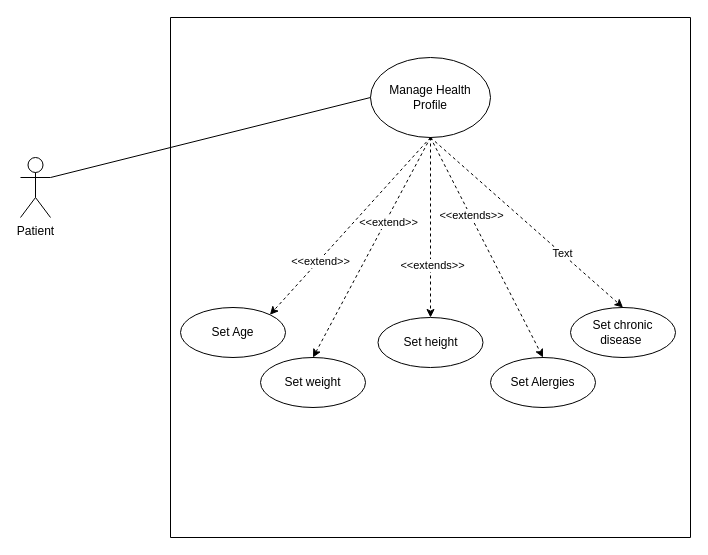
The draw.io diagram Manage Health.drawio in H0ud1nii/GFHMS, before the edit. Source tidied: cells renumbered, new cells numbered last; positions are measured from the earlier drawing's top-left corner, leaving out a move shared by most shapes. Both pictures are drawn from the tidied source at 100%, with x=0, y=0 at pixel (20, 17).
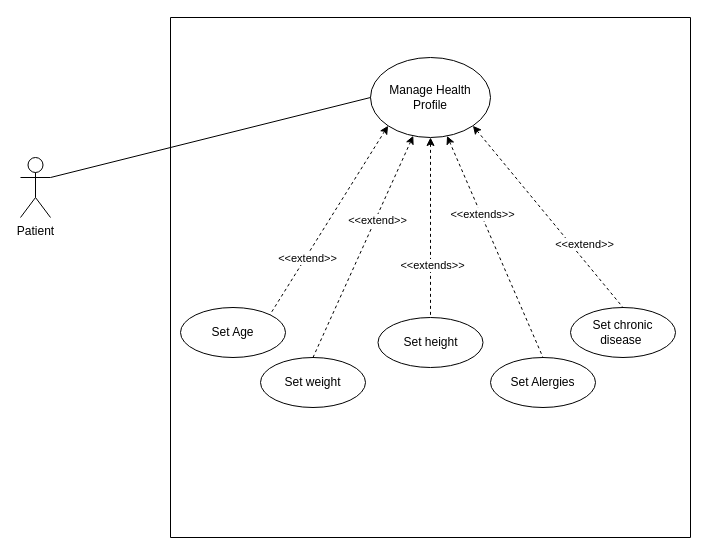
Above is the later version.

The change refers to these unchanged cells:
```xml
<mxCell id="2" style="swimlane;startSize=0;" parent="1" vertex="1">
  <mxGeometry x="150" width="520" height="520" as="geometry" />
</mxCell>
<mxCell id="3" value="Set Alergies" style="ellipse;whiteSpace=wrap;html=1;" parent="2" vertex="1">
  <mxGeometry x="320" y="340" width="105" height="50" as="geometry" />
</mxCell>
<mxCell id="4" value="Set weight" style="ellipse;whiteSpace=wrap;html=1;" parent="2" vertex="1">
  <mxGeometry x="90" y="340" width="105" height="50" as="geometry" />
</mxCell>
<mxCell id="5" value="Set Age" style="ellipse;whiteSpace=wrap;html=1;" parent="2" vertex="1">
  <mxGeometry x="10" y="290" width="105" height="50" as="geometry" />
</mxCell>
<mxCell id="6" value="Set height" style="ellipse;whiteSpace=wrap;html=1;" parent="2" vertex="1">
  <mxGeometry x="207.5" y="300" width="105" height="50" as="geometry" />
</mxCell>
<mxCell id="7" value="&lt;div&gt;Set chronic&lt;/div&gt;&lt;div&gt;disease&amp;nbsp; &lt;br&gt;&lt;/div&gt;" style="ellipse;whiteSpace=wrap;html=1;" parent="2" vertex="1">
  <mxGeometry x="400" y="290" width="105" height="50" as="geometry" />
</mxCell>
<mxCell id="8" value="&lt;div&gt;Manage Health&lt;/div&gt;&lt;div&gt;Profile&lt;br&gt;&lt;/div&gt;" style="ellipse;whiteSpace=wrap;html=1;" parent="2" vertex="1">
  <mxGeometry x="200" y="40" width="120" height="80" as="geometry" />
</mxCell>
```

Change to the diagram source:
```diff
@@
-    <mxCell id="9" style="endArrow=classic;html=1;rounded=0;exitX=0.5;exitY=1;exitDx=0;exitDy=0;entryX=1;entryY=0;entryDx=0;entryDy=0;dashed=1;" parent="2" edge="1" source="8" target="5">
+    <mxCell id="9" style="endArrow=none;html=1;rounded=0;exitX=0;exitY=1;exitDx=0;exitDy=0;entryX=1;entryY=0;entryDx=0;entryDy=0;dashed=1;verticalAlign=bottom;startArrow=classic;startFill=1;endFill=0;" parent="2" edge="1" source="8" target="5">
       <mxGeometry relative="1" as="geometry" />
     </mxCell>
@@
-    <mxCell id="11" style="endArrow=classic;html=1;rounded=0;dashed=1;exitX=0.5;exitY=1;exitDx=0;exitDy=0;entryX=0.5;entryY=0;entryDx=0;entryDy=0;" parent="2" edge="1" source="8" target="4">
+    <mxCell id="11" style="endArrow=none;html=1;rounded=0;dashed=1;entryX=0.5;entryY=0;entryDx=0;entryDy=0;verticalAlign=bottom;startArrow=classic;startFill=1;endFill=0;" parent="2" edge="1" source="8" target="4">
       <mxGeometry relative="1" as="geometry" />
     </mxCell>
@@
-    <mxCell id="13" style="endArrow=classic;html=1;rounded=0;dashed=1;exitX=0.5;exitY=1;exitDx=0;exitDy=0;entryX=0.5;entryY=0;entryDx=0;entryDy=0;" parent="2" edge="1" source="8" target="6">
+    <mxCell id="13" style="endArrow=none;html=1;rounded=0;dashed=1;exitX=0.5;exitY=1;exitDx=0;exitDy=0;entryX=0.5;entryY=0;entryDx=0;entryDy=0;verticalAlign=bottom;startArrow=classic;startFill=1;endFill=0;" parent="2" edge="1" source="8" target="6">
       <mxGeometry relative="1" as="geometry" />
     </mxCell>
@@
-    <mxCell id="15" style="endArrow=classic;html=1;rounded=0;dashed=1;exitX=0.5;exitY=1;exitDx=0;exitDy=0;entryX=0.5;entryY=0;entryDx=0;entryDy=0;" parent="2" edge="1" source="8" target="3">
+    <mxCell id="15" style="endArrow=none;html=1;rounded=0;dashed=1;entryX=0.5;entryY=0;entryDx=0;entryDy=0;verticalAlign=bottom;startArrow=classic;startFill=1;endFill=0;" parent="2" edge="1" source="8" target="3">
       <mxGeometry relative="1" as="geometry" />
     </mxCell>
@@
-    <mxCell id="17" style="endArrow=classic;html=1;rounded=0;dashed=1;exitX=0.5;exitY=1;exitDx=0;exitDy=0;entryX=0.5;entryY=0;entryDx=0;entryDy=0;" parent="2" edge="1" source="8" target="7">
+    <mxCell id="17" style="endArrow=none;html=1;rounded=0;dashed=1;exitX=1;exitY=1;exitDx=0;exitDy=0;entryX=0.5;entryY=0;entryDx=0;entryDy=0;verticalAlign=bottom;startArrow=classic;startFill=1;endFill=0;" parent="2" edge="1" source="8" target="7">
       <mxGeometry relative="1" as="geometry" />
     </mxCell>
-    <mxCell id="18" value="Text" style="edgeLabel;html=1;align=center;verticalAlign=middle;" parent="17" vertex="1">
-      <mxGeometry x="0.36" y="1" relative="1" as="geometry" />
-    </mxCell>
+    <mxCell id="21" value="&amp;lt;&amp;lt;extend&amp;gt;&amp;gt;" style="edgeLabel;html=1;align=center;verticalAlign=bottom;" parent="17" vertex="1">
+      <mxGeometry x="0.38" y="-2" relative="1" as="geometry">
+        <mxPoint x="9" as="offset" />
+      </mxGeometry>
+    </mxCell>
```
